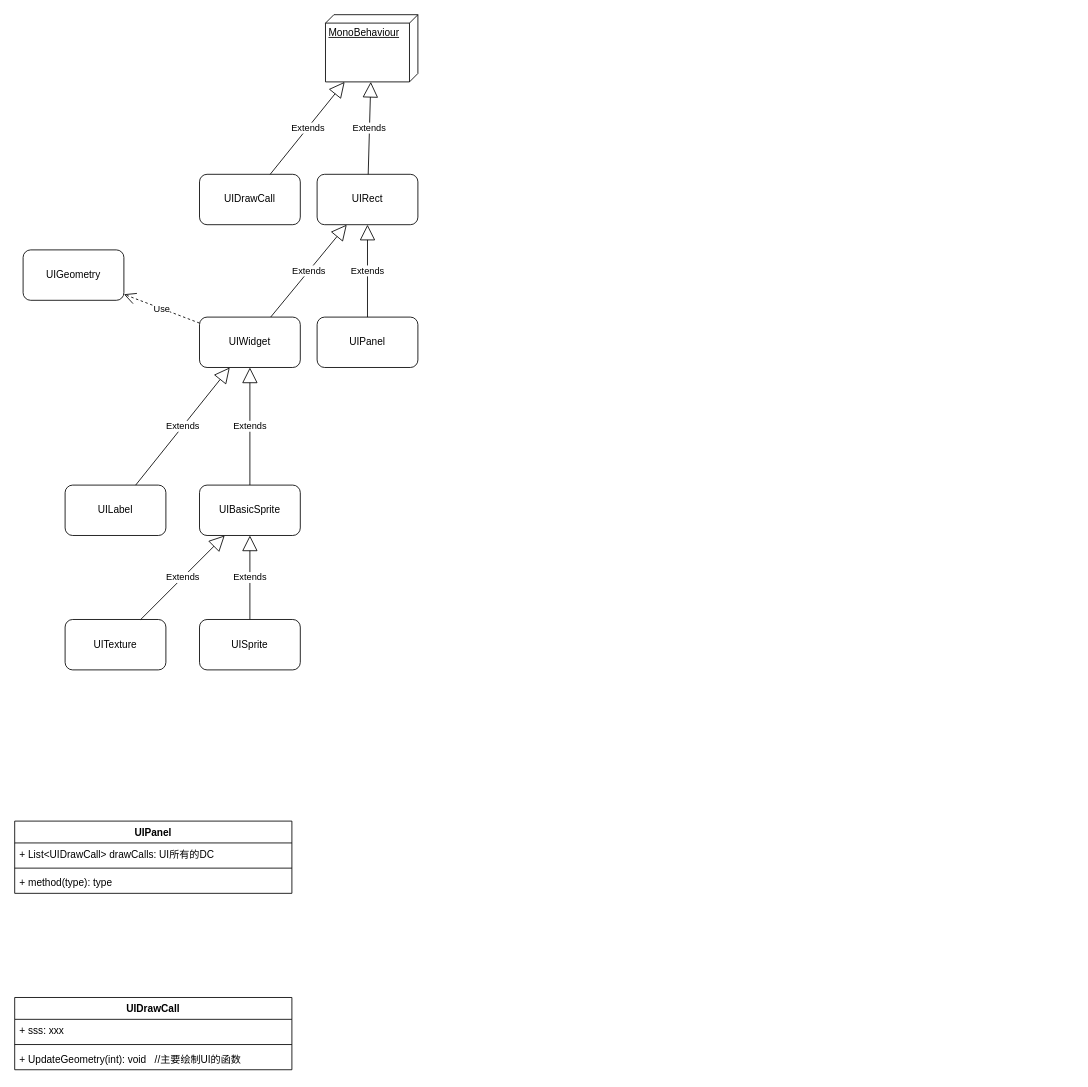
Above: NGUI.drawio in gatzai/DrawioStorage (draw.io), before the change. Source tidied: cells renumbered, new cells numbered last; positions are measured from the earlier drawing's top-left corner, leaving out a move shared by most shapes. Both pictures are drawn from the tidied source at 84%, with x=0, y=0 at pixel (14, 14).
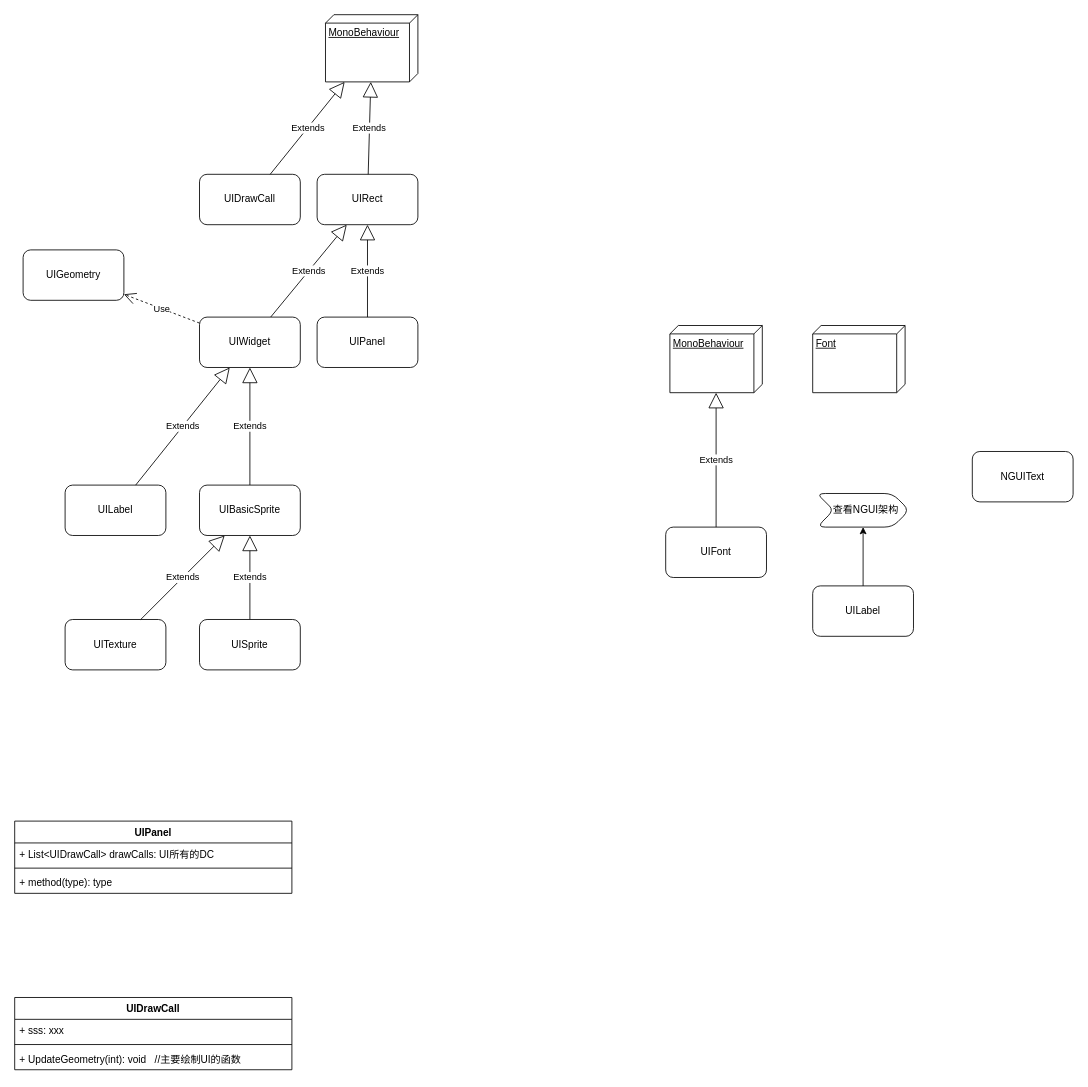
After the change.

The edit, as a diff of the source:
```diff
@@
+    <mxCell id="29" value="UIFont" style="rounded=1;whiteSpace=wrap;html=1;" parent="1" vertex="1">
+      <mxGeometry x="775" y="610" width="120" height="60" as="geometry" />
+    </mxCell>
+    <mxCell id="30" value="MonoBehaviour" style="verticalAlign=top;align=left;spacingTop=8;spacingLeft=2;spacingRight=12;shape=cube;size=10;direction=south;fontStyle=4;html=1;" parent="1" vertex="1">
+      <mxGeometry x="780" y="370" width="110" height="80" as="geometry" />
+    </mxCell>
+    <mxCell id="31" value="Extends" style="endArrow=block;endSize=16;endFill=0;html=1;" parent="1" edge="1" source="29" target="30">
+      <mxGeometry relative="1" as="geometry" />
+    </mxCell>
+    <mxCell id="32" value="Font" style="verticalAlign=top;align=left;spacingTop=8;spacingLeft=2;spacingRight=12;shape=cube;size=10;direction=south;fontStyle=4;html=1;" parent="1" vertex="1">
+      <mxGeometry x="950" y="370" width="110" height="80" as="geometry" />
+    </mxCell>
+    <mxCell id="33" value="NGUIText" style="rounded=1;whiteSpace=wrap;html=1;" parent="1" vertex="1">
+      <mxGeometry x="1140" y="520" width="120" height="60" as="geometry" />
+    </mxCell>
+    <mxCell id="34" style="edgeStyle=orthogonalEdgeStyle;rounded=0;jettySize=auto;html=1;" parent="1" edge="1" source="35" target="36">
+      <mxGeometry relative="1" as="geometry" />
+    </mxCell>
+    <mxCell id="35" value="UILabel" style="rounded=1;whiteSpace=wrap;html=1;" parent="1" vertex="1">
+      <mxGeometry x="950" y="680" width="120" height="60" as="geometry" />
+    </mxCell>
+    <mxCell id="36" value="&amp;nbsp; 查看NGUI架构" style="shape=step;perimeter=stepPerimeter;whiteSpace=wrap;html=1;fixedSize=1;rounded=1;" parent="1" vertex="1">
+      <mxGeometry x="955" y="570" width="110" height="40" as="geometry" />
+    </mxCell>
```
